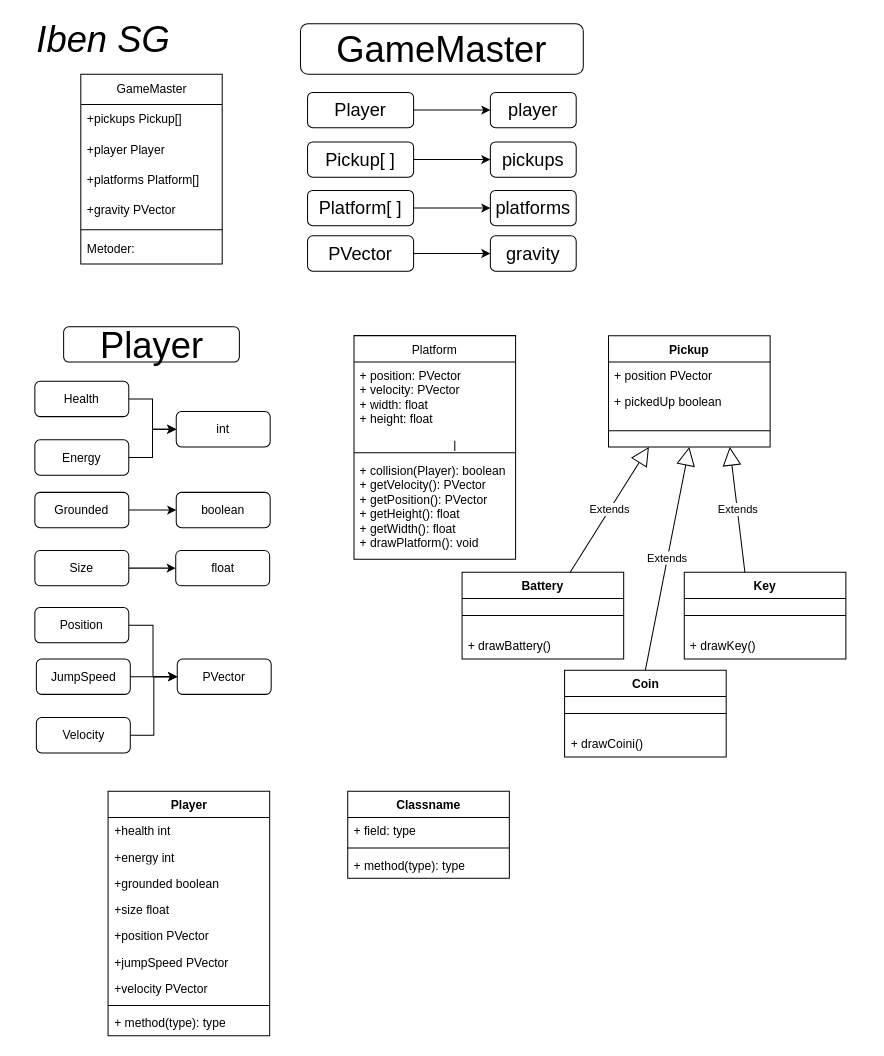
Lasse-HTX/spil keeps this draw.io diagram as Klasse diagram.drawio. Above is the earlier version. Source tidied: cells renumbered, new cells numbered last; positions are measured from the earlier drawing's top-left corner, leaving out a move shared by most shapes. Both pictures are drawn from the tidied source at 101%, with x=0, y=0 at pixel (17, 23).
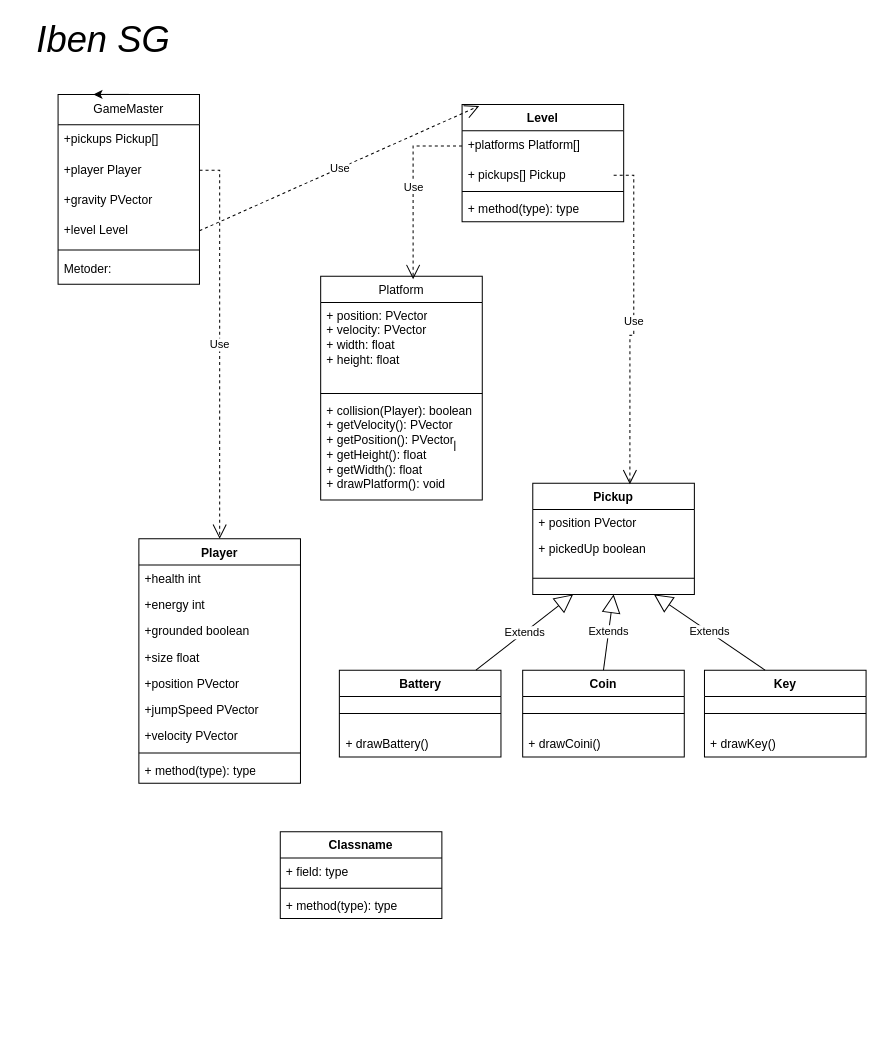
After the change.

The change refers to these unchanged cells:
```xml
<mxCell id="38" value="+player Player&amp;nbsp;" style="text;strokeColor=none;fillColor=none;align=left;verticalAlign=middle;spacingLeft=4;spacingRight=4;overflow=hidden;points=[[0,0.5],[1,0.5]];portConstraint=eastwest;whiteSpace=wrap;html=1;" parent="36" vertex="1">
  <mxGeometry y="60" width="140" height="30" as="geometry" />
</mxCell>
```

Change to the diagram source:
```diff
@@
-    <mxCell id="2" value="&lt;font style=&quot;font-size: 36px;&quot;&gt;Player&lt;/font&gt;" style="rounded=1;whiteSpace=wrap;html=1;" parent="1" vertex="1">
-      <mxGeometry x="45.5" y="300" width="174" height="35" as="geometry" />
-    </mxCell>
-    <mxCell id="3" value="&lt;font style=&quot;font-size: 36px;&quot;&gt;GameMaster&lt;/font&gt;" style="rounded=1;whiteSpace=wrap;html=1;" parent="1" vertex="1">
-      <mxGeometry x="280" width="280" height="50" as="geometry" />
-    </mxCell>
-    <mxCell id="4" style="edgeStyle=orthogonalEdgeStyle;rounded=0;jettySize=auto;html=1;exitX=1;exitY=0.5;exitDx=0;exitDy=0;entryX=0;entryY=0.5;entryDx=0;entryDy=0;" parent="1" edge="1" source="5" target="13">
-      <mxGeometry relative="1" as="geometry" />
-    </mxCell>
-    <mxCell id="5" value="Position" style="whiteSpace=wrap;html=1;rounded=1;" parent="1" vertex="1">
-      <mxGeometry x="17" y="578" width="93" height="35" as="geometry" />
-    </mxCell>
-    <mxCell id="6" style="edgeStyle=orthogonalEdgeStyle;rounded=0;jettySize=auto;html=1;" parent="1" edge="1" source="7" target="12">
-      <mxGeometry relative="1" as="geometry" />
-    </mxCell>
-    <mxCell id="7" value="Size" style="whiteSpace=wrap;html=1;rounded=1;" parent="1" vertex="1">
-      <mxGeometry x="17" y="521.5" width="93" height="35" as="geometry" />
-    </mxCell>
-    <mxCell id="8" style="edgeStyle=orthogonalEdgeStyle;rounded=0;jettySize=auto;html=1;exitX=1;exitY=0.5;exitDx=0;exitDy=0;entryX=0;entryY=0.5;entryDx=0;entryDy=0;" parent="1" edge="1" source="9" target="13">
-      <mxGeometry relative="1" as="geometry" />
-    </mxCell>
-    <mxCell id="9" value="JumpSpeed" style="whiteSpace=wrap;html=1;rounded=1;" parent="1" vertex="1">
-      <mxGeometry x="18.5" y="629" width="93" height="35" as="geometry" />
-    </mxCell>
-    <mxCell id="10" style="edgeStyle=orthogonalEdgeStyle;rounded=0;jettySize=auto;html=1;exitX=1;exitY=0.5;exitDx=0;exitDy=0;entryX=0;entryY=0.5;entryDx=0;entryDy=0;" parent="1" edge="1" source="11" target="13">
-      <mxGeometry relative="1" as="geometry" />
-    </mxCell>
-    <mxCell id="11" value="Velocity" style="whiteSpace=wrap;html=1;rounded=1;" parent="1" vertex="1">
-      <mxGeometry x="18.5" y="687" width="93" height="35" as="geometry" />
-    </mxCell>
-    <mxCell id="12" value="float" style="whiteSpace=wrap;html=1;rounded=1;" parent="1" vertex="1">
-      <mxGeometry x="156.5" y="521.5" width="93" height="35" as="geometry" />
-    </mxCell>
-    <mxCell id="13" value="PVector" style="whiteSpace=wrap;html=1;rounded=1;" parent="1" vertex="1">
-      <mxGeometry x="158" y="629" width="93" height="35" as="geometry" />
-    </mxCell>
-    <mxCell id="14" style="edgeStyle=orthogonalEdgeStyle;rounded=0;jettySize=auto;html=1;" parent="1" edge="1" source="15" target="16">
-      <mxGeometry relative="1" as="geometry" />
-    </mxCell>
-    <mxCell id="15" value="Grounded" style="whiteSpace=wrap;html=1;rounded=1;" parent="1" vertex="1">
-      <mxGeometry x="17" y="464" width="93" height="35" as="geometry" />
-    </mxCell>
-    <mxCell id="16" value="boolean" style="whiteSpace=wrap;html=1;rounded=1;" parent="1" vertex="1">
-      <mxGeometry x="157" y="464" width="93" height="35" as="geometry" />
-    </mxCell>
-    <mxCell id="17" style="edgeStyle=orthogonalEdgeStyle;rounded=0;jettySize=auto;html=1;" parent="1" edge="1" source="19" target="22">
-      <mxGeometry relative="1" as="geometry" />
-    </mxCell>
-    <mxCell id="18" style="edgeStyle=orthogonalEdgeStyle;rounded=0;jettySize=auto;html=1;exitX=0.5;exitY=1;exitDx=0;exitDy=0;" parent="1" edge="1" source="19">
-      <mxGeometry relative="1" as="geometry">
-        <mxPoint x="63.2" y="389.3" as="targetPoint" />
-      </mxGeometry>
-    </mxCell>
-    <mxCell id="19" value="Health" style="whiteSpace=wrap;html=1;rounded=1;" parent="1" vertex="1">
-      <mxGeometry x="17" y="354" width="93" height="35" as="geometry" />
-    </mxCell>
-    <mxCell id="20" style="edgeStyle=orthogonalEdgeStyle;rounded=0;jettySize=auto;html=1;exitX=1;exitY=0.5;exitDx=0;exitDy=0;entryX=0;entryY=0.5;entryDx=0;entryDy=0;" parent="1" edge="1" source="21" target="22">
-      <mxGeometry relative="1" as="geometry" />
-    </mxCell>
-    <mxCell id="21" value="Energy" style="whiteSpace=wrap;html=1;rounded=1;" parent="1" vertex="1">
-      <mxGeometry x="17" y="412" width="93" height="35" as="geometry" />
-    </mxCell>
-    <mxCell id="22" value="int" style="whiteSpace=wrap;html=1;rounded=1;" parent="1" vertex="1">
-      <mxGeometry x="157" y="384" width="93" height="35" as="geometry" />
-    </mxCell>
-    <mxCell id="23" style="edgeStyle=orthogonalEdgeStyle;rounded=0;jettySize=auto;html=1;" parent="1" edge="1" source="24" target="30">
-      <mxGeometry relative="1" as="geometry" />
-    </mxCell>
-    <mxCell id="24" value="&lt;span style=&quot;font-size: 18px;&quot;&gt;Player&lt;/span&gt;" style="rounded=1;whiteSpace=wrap;html=1;" parent="1" vertex="1">
-      <mxGeometry x="287" y="68" width="105" height="35" as="geometry" />
-    </mxCell>
-    <mxCell id="25" style="edgeStyle=orthogonalEdgeStyle;rounded=0;jettySize=auto;html=1;" parent="1" edge="1" source="26" target="34">
-      <mxGeometry relative="1" as="geometry" />
-    </mxCell>
-    <mxCell id="26" value="&lt;span style=&quot;font-size: 18px;&quot;&gt;Platform[ ]&lt;/span&gt;" style="rounded=1;whiteSpace=wrap;html=1;" parent="1" vertex="1">
-      <mxGeometry x="287" y="165" width="105" height="35" as="geometry" />
-    </mxCell>
-    <mxCell id="27" style="edgeStyle=orthogonalEdgeStyle;rounded=0;jettySize=auto;html=1;" parent="1" edge="1" source="28" target="33">
-      <mxGeometry relative="1" as="geometry" />
-    </mxCell>
-    <mxCell id="28" value="&lt;span style=&quot;font-size: 18px;&quot;&gt;Pickup[ ]&lt;/span&gt;" style="rounded=1;whiteSpace=wrap;html=1;" parent="1" vertex="1">
-      <mxGeometry x="287" y="117" width="105" height="35" as="geometry" />
-    </mxCell>
-    <mxCell id="29" value="&lt;span style=&quot;font-size: 18px;&quot;&gt;gravity&lt;/span&gt;" style="rounded=1;whiteSpace=wrap;html=1;" parent="1" vertex="1">
-      <mxGeometry x="468" y="210" width="85" height="35" as="geometry" />
-    </mxCell>
-    <mxCell id="30" value="&lt;span style=&quot;font-size: 18px;&quot;&gt;player&lt;/span&gt;" style="rounded=1;whiteSpace=wrap;html=1;" parent="1" vertex="1">
-      <mxGeometry x="468" y="68" width="85" height="35" as="geometry" />
-    </mxCell>
-    <mxCell id="31" style="edgeStyle=orthogonalEdgeStyle;rounded=0;jettySize=auto;html=1;exitX=1;exitY=0.5;exitDx=0;exitDy=0;entryX=0;entryY=0.5;entryDx=0;entryDy=0;" parent="1" edge="1" source="32" target="29">
-      <mxGeometry relative="1" as="geometry" />
-    </mxCell>
-    <mxCell id="32" value="&lt;span style=&quot;font-size: 18px;&quot;&gt;PVector&lt;/span&gt;" style="rounded=1;whiteSpace=wrap;html=1;" parent="1" vertex="1">
-      <mxGeometry x="287" y="210" width="105" height="35" as="geometry" />
-    </mxCell>
-    <mxCell id="33" value="&lt;span style=&quot;font-size: 18px;&quot;&gt;pickups&lt;/span&gt;" style="rounded=1;whiteSpace=wrap;html=1;" parent="1" vertex="1">
-      <mxGeometry x="468" y="117" width="85" height="35" as="geometry" />
-    </mxCell>
-    <mxCell id="34" value="&lt;span style=&quot;font-size: 18px;&quot;&gt;platforms&lt;/span&gt;" style="rounded=1;whiteSpace=wrap;html=1;" parent="1" vertex="1">
-      <mxGeometry x="468" y="165" width="85" height="35" as="geometry" />
-    </mxCell>
@@
     <mxCell id="36" value="GameMaster" style="swimlane;fontStyle=0;horizontal=1;startSize=30;whiteSpace=wrap;html=1;" parent="1" vertex="1">
-      <mxGeometry x="62.5" y="50" width="140" height="188" as="geometry" />
+      <mxGeometry x="40" y="70" width="140" height="188" as="geometry" />
     </mxCell>
@@
-    <mxCell id="39" value="+platforms Platform[]&amp;nbsp;" style="text;strokeColor=none;fillColor=none;align=left;verticalAlign=middle;spacingLeft=4;spacingRight=4;overflow=hidden;points=[[0,0.5],[1,0.5]];portConstraint=eastwest;whiteSpace=wrap;html=1;" parent="36" vertex="1">
-      <mxGeometry y="90" width="140" height="30" as="geometry" />
-    </mxCell>
     <mxCell id="40" value="+gravity PVector&amp;nbsp;" style="text;strokeColor=none;fillColor=none;align=left;verticalAlign=middle;spacingLeft=4;spacingRight=4;overflow=hidden;whiteSpace=wrap;html=1;" parent="36" vertex="1">
-      <mxGeometry y="120" width="140" height="30" as="geometry" />
+      <mxGeometry y="90" width="140" height="30" as="geometry" />
     </mxCell>
+    <mxCell id="78" value="+level Level" style="text;strokeColor=none;fillColor=none;align=left;verticalAlign=middle;spacingLeft=4;spacingRight=4;overflow=hidden;points=[[0,0.5],[1,0.5]];portConstraint=eastwest;whiteSpace=wrap;html=1;" parent="36" vertex="1">
+      <mxGeometry y="120" width="140" height="30" as="geometry" />
+    </mxCell>
@@
     <mxCell id="43" value="Player" style="swimlane;fontStyle=1;align=center;verticalAlign=top;horizontal=1;startSize=26;whiteSpace=wrap;html=1;" parent="1" vertex="1">
-      <mxGeometry x="89.5" y="760" width="160" height="242" as="geometry" />
+      <mxGeometry x="120" y="510" width="160" height="242" as="geometry" />
     </mxCell>
@@
     <mxCell id="53" value="Classname" style="swimlane;fontStyle=1;align=center;verticalAlign=top;horizontal=1;startSize=26;whiteSpace=wrap;html=1;" parent="1" vertex="1">
-      <mxGeometry x="326.8" y="760" width="160" height="86" as="geometry" />
+      <mxGeometry x="260" y="800" width="160" height="86" as="geometry" />
     </mxCell>
@@
     <mxCell id="57" value="Pickup" style="swimlane;fontStyle=1;align=center;verticalAlign=top;horizontal=1;startSize=26;whiteSpace=wrap;html=1;" parent="1" vertex="1">
-      <mxGeometry x="585" y="309" width="160" height="110" as="geometry" />
+      <mxGeometry x="510" y="455" width="160" height="110" as="geometry" />
     </mxCell>
@@
     <mxCell id="61" value="Battery" style="swimlane;fontStyle=1;align=center;verticalAlign=top;horizontal=1;startSize=26;whiteSpace=wrap;html=1;" parent="1" vertex="1">
-      <mxGeometry x="440" y="543" width="160" height="86" as="geometry" />
+      <mxGeometry x="318.5" y="640" width="160" height="86" as="geometry" />
     </mxCell>
@@
     <mxCell id="64" value="Key" style="swimlane;fontStyle=1;align=center;verticalAlign=top;horizontal=1;startSize=26;whiteSpace=wrap;html=1;" parent="1" vertex="1">
-      <mxGeometry x="660" y="543" width="160" height="86" as="geometry" />
+      <mxGeometry x="680" y="640" width="160" height="86" as="geometry" />
     </mxCell>
@@
     <mxCell id="70" value="&lt;font style=&quot;font-weight: normal;&quot;&gt;Platform&lt;/font&gt;" style="swimlane;fontStyle=1;align=center;verticalAlign=top;horizontal=1;startSize=26;whiteSpace=wrap;html=1;" parent="1" vertex="1">
-      <mxGeometry x="333" y="308.8" width="160" height="221.5" as="geometry" />
+      <mxGeometry x="300" y="250" width="160" height="221.5" as="geometry" />
     </mxCell>
@@
     <mxCell id="74" value="Coin" style="swimlane;fontStyle=1;align=center;verticalAlign=top;horizontal=1;startSize=26;whiteSpace=wrap;html=1;" parent="1" vertex="1">
-      <mxGeometry x="541.5" y="640" width="160" height="86" as="geometry" />
+      <mxGeometry x="500" y="640" width="160" height="86" as="geometry" />
     </mxCell>
@@
+    <mxCell id="79" value="Level" style="swimlane;fontStyle=1;align=center;verticalAlign=top;horizontal=1;startSize=26;whiteSpace=wrap;html=1;" parent="1" vertex="1">
+      <mxGeometry x="440" y="80" width="160" height="116" as="geometry" />
+    </mxCell>
+    <mxCell id="39" value="+platforms Platform[]&amp;nbsp;" style="text;strokeColor=none;fillColor=none;align=left;verticalAlign=middle;spacingLeft=4;spacingRight=4;overflow=hidden;points=[[0,0.5],[1,0.5]];portConstraint=eastwest;whiteSpace=wrap;html=1;" parent="79" vertex="1">
+      <mxGeometry y="26" width="160" height="30" as="geometry" />
+    </mxCell>
+    <mxCell id="80" value="+ pickups[] Pickup" style="text;strokeColor=none;fillColor=none;align=left;verticalAlign=top;spacingLeft=4;spacingRight=4;overflow=hidden;points=[[0,0.5],[1,0.5]];portConstraint=eastwest;whiteSpace=wrap;html=1;" parent="79" vertex="1">
+      <mxGeometry y="56" width="160" height="26" as="geometry" />
+    </mxCell>
+    <mxCell id="81" style="line;strokeWidth=1;fillColor=none;align=left;verticalAlign=middle;spacingTop=-1;spacingLeft=3;spacingRight=3;labelPosition=right;strokeColor=inherit;" parent="79" vertex="1">
+      <mxGeometry y="82" width="160" height="8" as="geometry" />
+    </mxCell>
+    <mxCell id="82" value="+ method(type): type" style="text;strokeColor=none;fillColor=none;align=left;verticalAlign=top;spacingLeft=4;spacingRight=4;overflow=hidden;whiteSpace=wrap;html=1;" parent="79" vertex="1">
+      <mxGeometry y="90" width="160" height="26" as="geometry" />
+    </mxCell>
+    <mxCell id="83" value="Use" style="endArrow=open;endSize=12;dashed=1;html=1;rounded=0;entryX=0.572;entryY=0.013;entryDx=0;entryDy=0;entryPerimeter=0;edgeStyle=orthogonalEdgeStyle;" parent="1" edge="1" source="39" target="70">
+      <mxGeometry relative="1" as="geometry" />
+    </mxCell>
+    <mxCell id="84" value="Use" style="endArrow=open;endSize=12;dashed=1;html=1;rounded=0;exitX=0.938;exitY=0.538;exitDx=0;exitDy=0;exitPerimeter=0;entryX=0.601;entryY=0.008;entryDx=0;entryDy=0;entryPerimeter=0;edgeStyle=orthogonalEdgeStyle;" parent="1" edge="1" source="80" target="57">
+      <mxGeometry relative="1" as="geometry" />
+    </mxCell>
+    <mxCell id="85" value="Use" style="endArrow=open;endSize=12;dashed=1;html=1;rounded=0;exitX=1;exitY=0.5;exitDx=0;exitDy=0;entryX=0.106;entryY=0.012;entryDx=0;entryDy=0;entryPerimeter=0;" parent="1" edge="1" source="78" target="79">
+      <mxGeometry relative="1" as="geometry" />
+    </mxCell>
+    <mxCell id="86" value="Use" style="endArrow=open;endSize=12;dashed=1;html=1;rounded=0;entryX=0.5;entryY=0;entryDx=0;entryDy=0;exitX=1;exitY=0.5;exitDx=0;exitDy=0;edgeStyle=orthogonalEdgeStyle;" parent="1" edge="1" source="38" target="43">
+      <mxGeometry relative="1" as="geometry" />
+    </mxCell>
+    <mxCell id="87" style="edgeStyle=orthogonalEdgeStyle;rounded=0;orthogonalLoop=1;jettySize=auto;html=1;innerLoopWaypoints=1;exitX=0.5;exitY=0;exitDx=0;exitDy=0;entryX=0.25;entryY=0;entryDx=0;entryDy=0;" parent="1" edge="1" source="36" target="36">
+      <mxGeometry relative="1" as="geometry" />
+    </mxCell>
```
